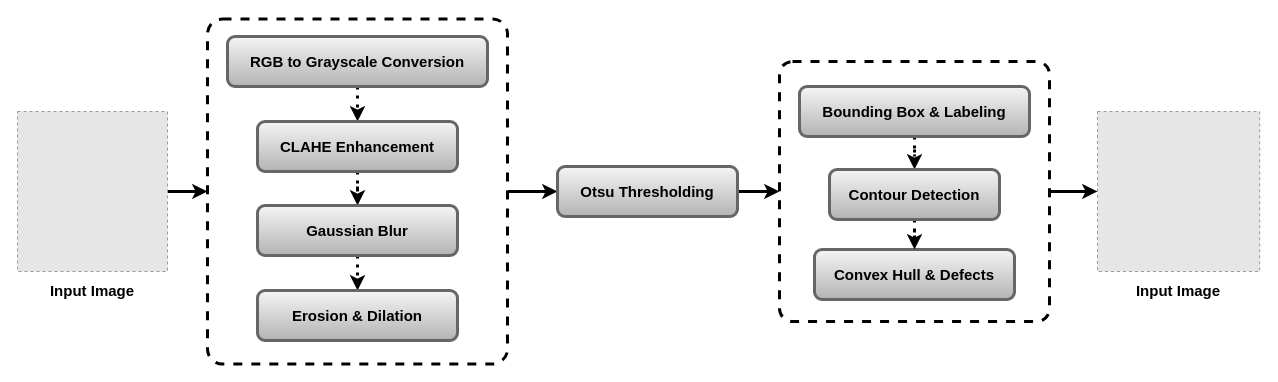
a3X3k/-Random- keeps this draw.io diagram as VEIDI.drawio. Above is the earlier version. Source tidied: cells renumbered, new cells numbered last; positions are measured from the earlier drawing's top-left corner, leaving out a move shared by most shapes. Both pictures are drawn from the tidied source at 100%, with x=0, y=0 at pixel (17, 19). Pictures stored in the file or linked from it are replaced by grey dashed boxes.
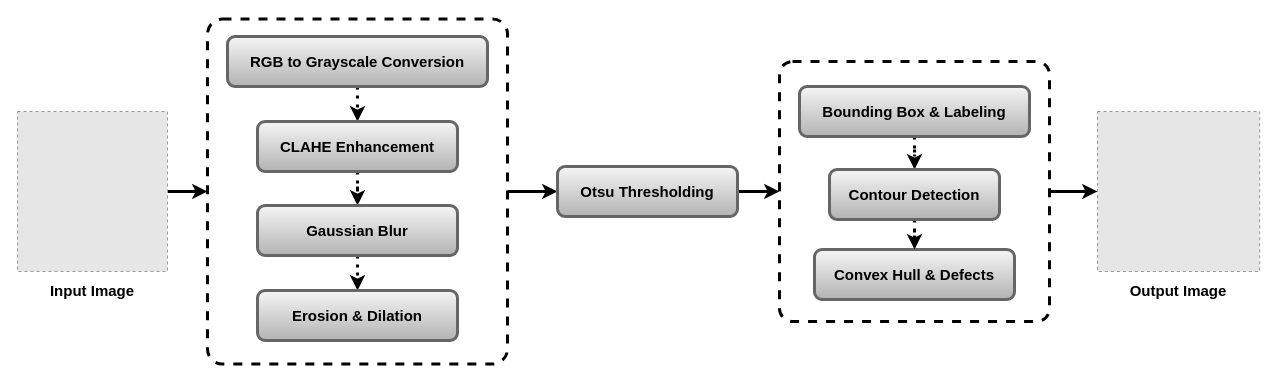
After the change.

What changed in the source:
```diff
@@
-    <mxCell id="24" value="Input Image" style="text;html=1;whiteSpace=wrap;strokeColor=none;fillColor=none;align=center;verticalAlign=middle;rounded=0;fontStyle=1;fontSize=15;" parent="1" vertex="1">
+    <mxCell id="24" value="Output Image" style="text;html=1;whiteSpace=wrap;strokeColor=none;fillColor=none;align=center;verticalAlign=middle;rounded=0;fontStyle=1;fontSize=15;" parent="1" vertex="1">
       <mxGeometry x="1111.1" y="256" width="100" height="30" as="geometry" />
     </mxCell>
```
